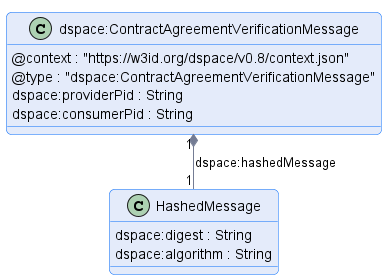
Above: negotiation/message/diagram/contract-agreement-verification-message.png in International-Data-Spaces-Association/ids-specification (PlantUML), before the change.
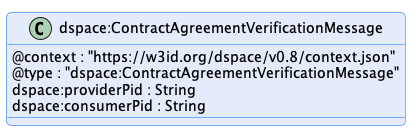
The same diagram one commit later.

What changed in the source:
```diff
@@ -13,11 +13,5 @@
     dspace:consumerPid : String
 }
 
-class HashedMessage {
-    dspace:digest : String
-    dspace:algorithm : String
-}
-
-"dspace:ContractAgreementVerificationMessage" "1" *-- "1" "HashedMessage" : "dspace:hashedMessage"
 
 @enduml
```
